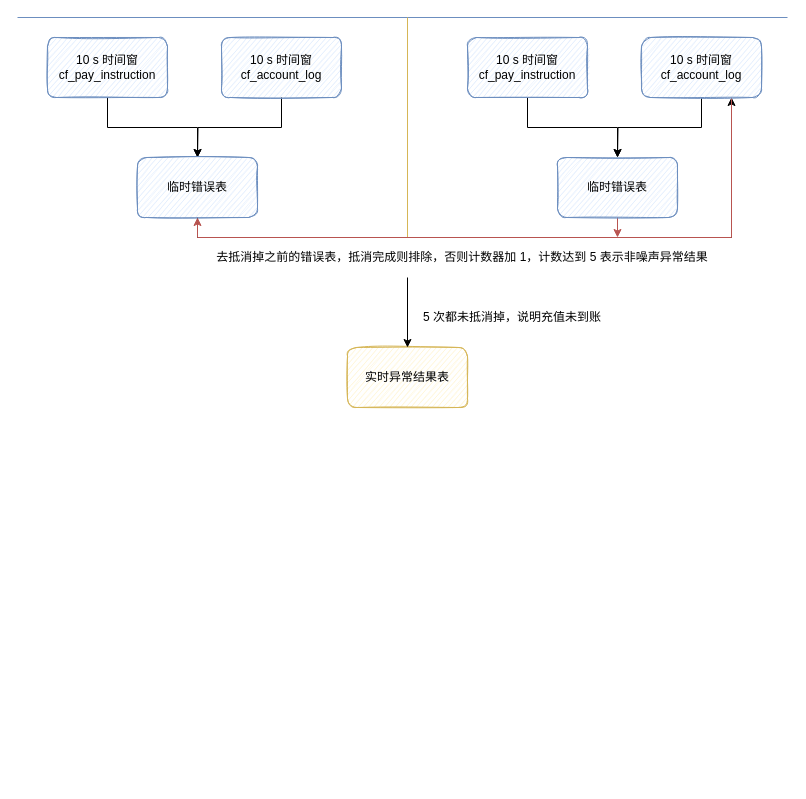
The draw.io diagram 技术方案.drawio in Lichit-bot/hello-computer, before the edit. Source tidied: cells renumbered, new cells numbered last; positions are measured from the earlier drawing's top-left corner, leaving out a move shared by most shapes. Both pictures are drawn from the tidied source at 100%, with x=0, y=0 at pixel (17, 17).
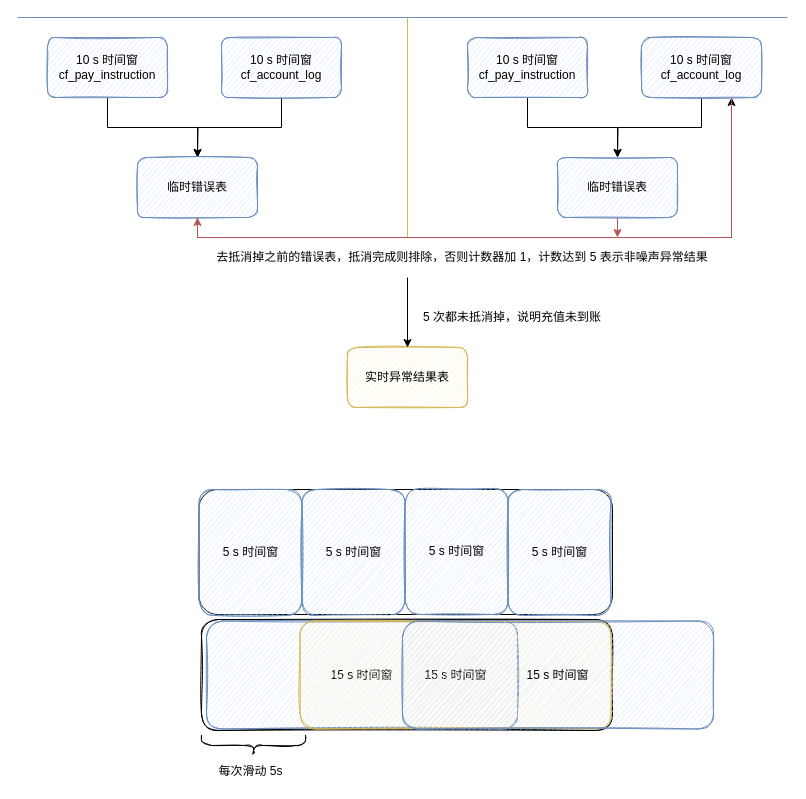
After the change.

Commit message:
更新技术方案.drawio

Change to the diagram source:
```diff
@@
+    <mxCell id="21" style="rounded=1;whiteSpace=wrap;html=1;" parent="1" vertex="1">
+      <mxGeometry x="181.5" y="472" width="413.5" height="125" as="geometry" />
+    </mxCell>
+    <mxCell id="22" value="5 s 时间窗" style="rounded=1;whiteSpace=wrap;html=1;fillColor=#dae8fc;strokeColor=#6c8ebf;sketch=1;" parent="1" vertex="1">
+      <mxGeometry x="181.5" y="472" width="103" height="126" as="geometry" />
+    </mxCell>
+    <mxCell id="23" value="5 s 时间窗" style="rounded=1;whiteSpace=wrap;html=1;fillColor=#dae8fc;strokeColor=#6c8ebf;sketch=1;" parent="1" vertex="1">
+      <mxGeometry x="284.5" y="472" width="103" height="126" as="geometry" />
+    </mxCell>
+    <mxCell id="24" value="5 s 时间窗" style="rounded=1;whiteSpace=wrap;html=1;fillColor=#dae8fc;strokeColor=#6c8ebf;sketch=1;" parent="1" vertex="1">
+      <mxGeometry x="387.5" y="471" width="103" height="126" as="geometry" />
+    </mxCell>
+    <mxCell id="25" value="5 s 时间窗" style="rounded=1;whiteSpace=wrap;html=1;fillColor=#dae8fc;strokeColor=#6c8ebf;sketch=1;" parent="1" vertex="1">
+      <mxGeometry x="490.5" y="472" width="103" height="126" as="geometry" />
+    </mxCell>
+    <mxCell id="26" style="rounded=1;whiteSpace=wrap;html=1;sketch=1;" parent="1" vertex="1">
+      <mxGeometry x="184" y="602" width="411" height="111" as="geometry" />
+    </mxCell>
+    <mxCell id="27" value="15 s 时间窗" style="rounded=1;whiteSpace=wrap;html=1;sketch=1;fillColor=#dae8fc;strokeColor=#6c8ebf;" parent="1" vertex="1">
+      <mxGeometry x="189" y="603.5" width="311" height="108" as="geometry" />
+    </mxCell>
+    <mxCell id="28" value="15 s 时间窗" style="rounded=1;whiteSpace=wrap;html=1;sketch=1;fillColor=#fff2cc;strokeColor=#d6b656;" parent="1" vertex="1">
+      <mxGeometry x="282.5" y="603.5" width="311" height="108" as="geometry" />
+    </mxCell>
+    <mxCell id="29" value="15 s 时间窗" style="rounded=1;whiteSpace=wrap;html=1;sketch=1;fillColor=#dae8fc;strokeColor=#6c8ebf;" parent="1" vertex="1">
+      <mxGeometry x="385" y="603.5" width="311" height="108" as="geometry" />
+    </mxCell>
+    <mxCell id="30" style="shape=curlyBracket;whiteSpace=wrap;html=1;rounded=1;flipH=1;sketch=1;rotation=90;" parent="1" vertex="1">
+      <mxGeometry x="226" y="676" width="20" height="104" as="geometry" />
+    </mxCell>
+    <mxCell id="31" value="每次滑动 5s" style="text;html=1;strokeColor=none;fillColor=none;align=center;verticalAlign=middle;whiteSpace=wrap;rounded=0;sketch=1;" parent="1" vertex="1">
+      <mxGeometry x="185.5" y="744" width="95" height="20" as="geometry" />
+    </mxCell>
```
